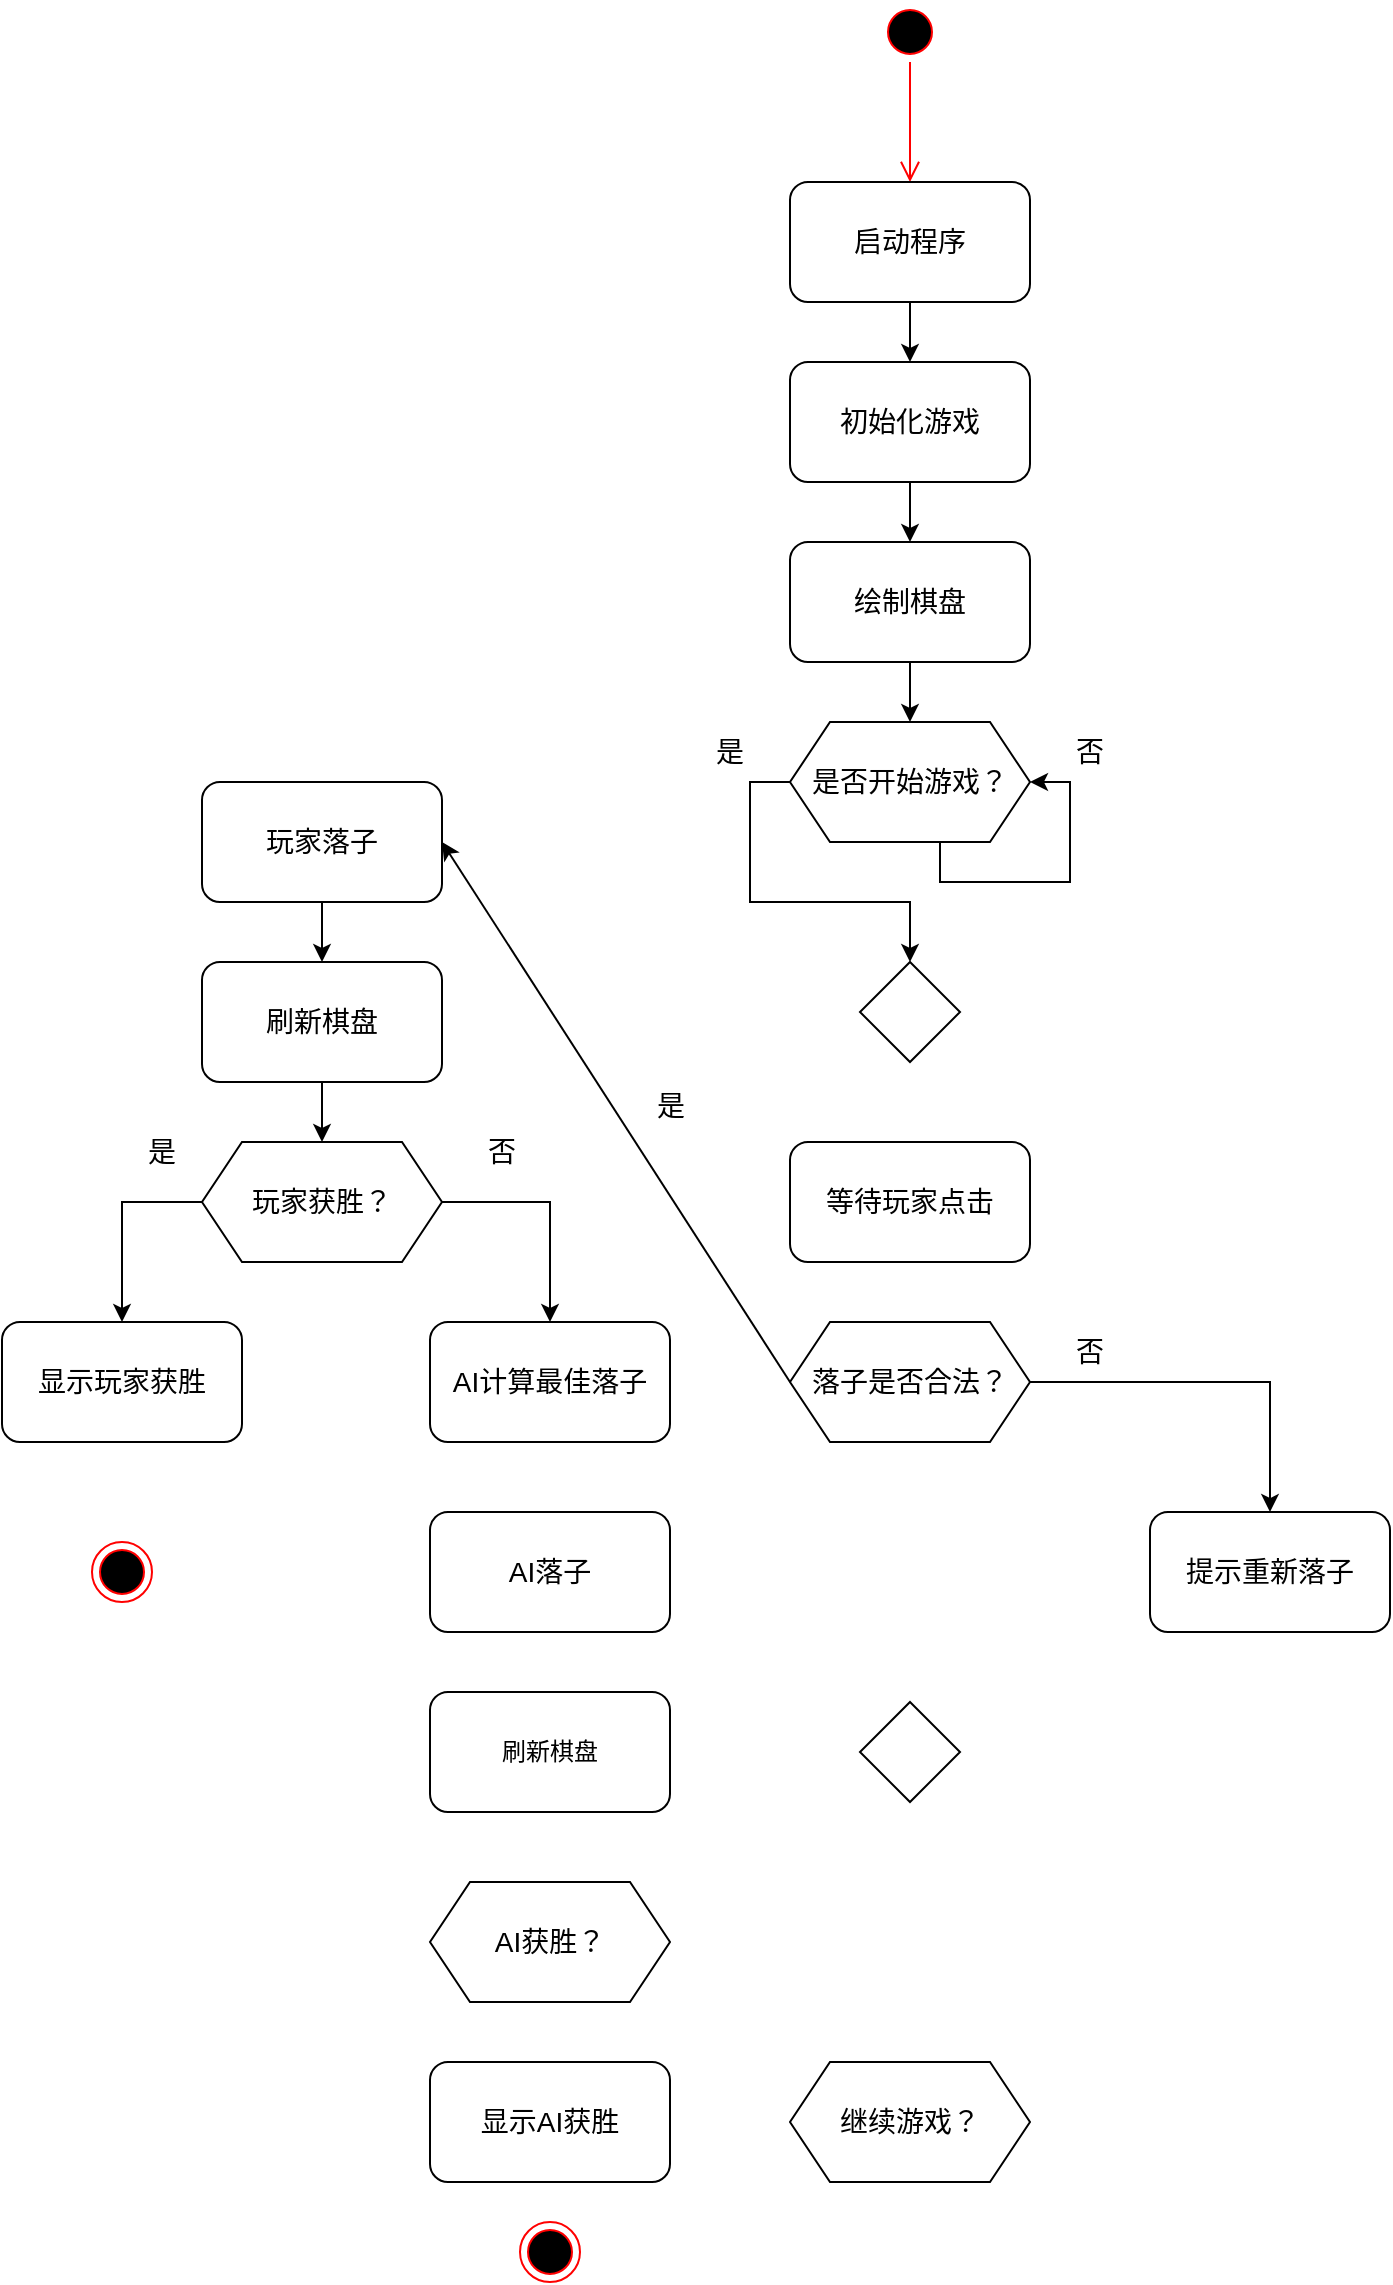
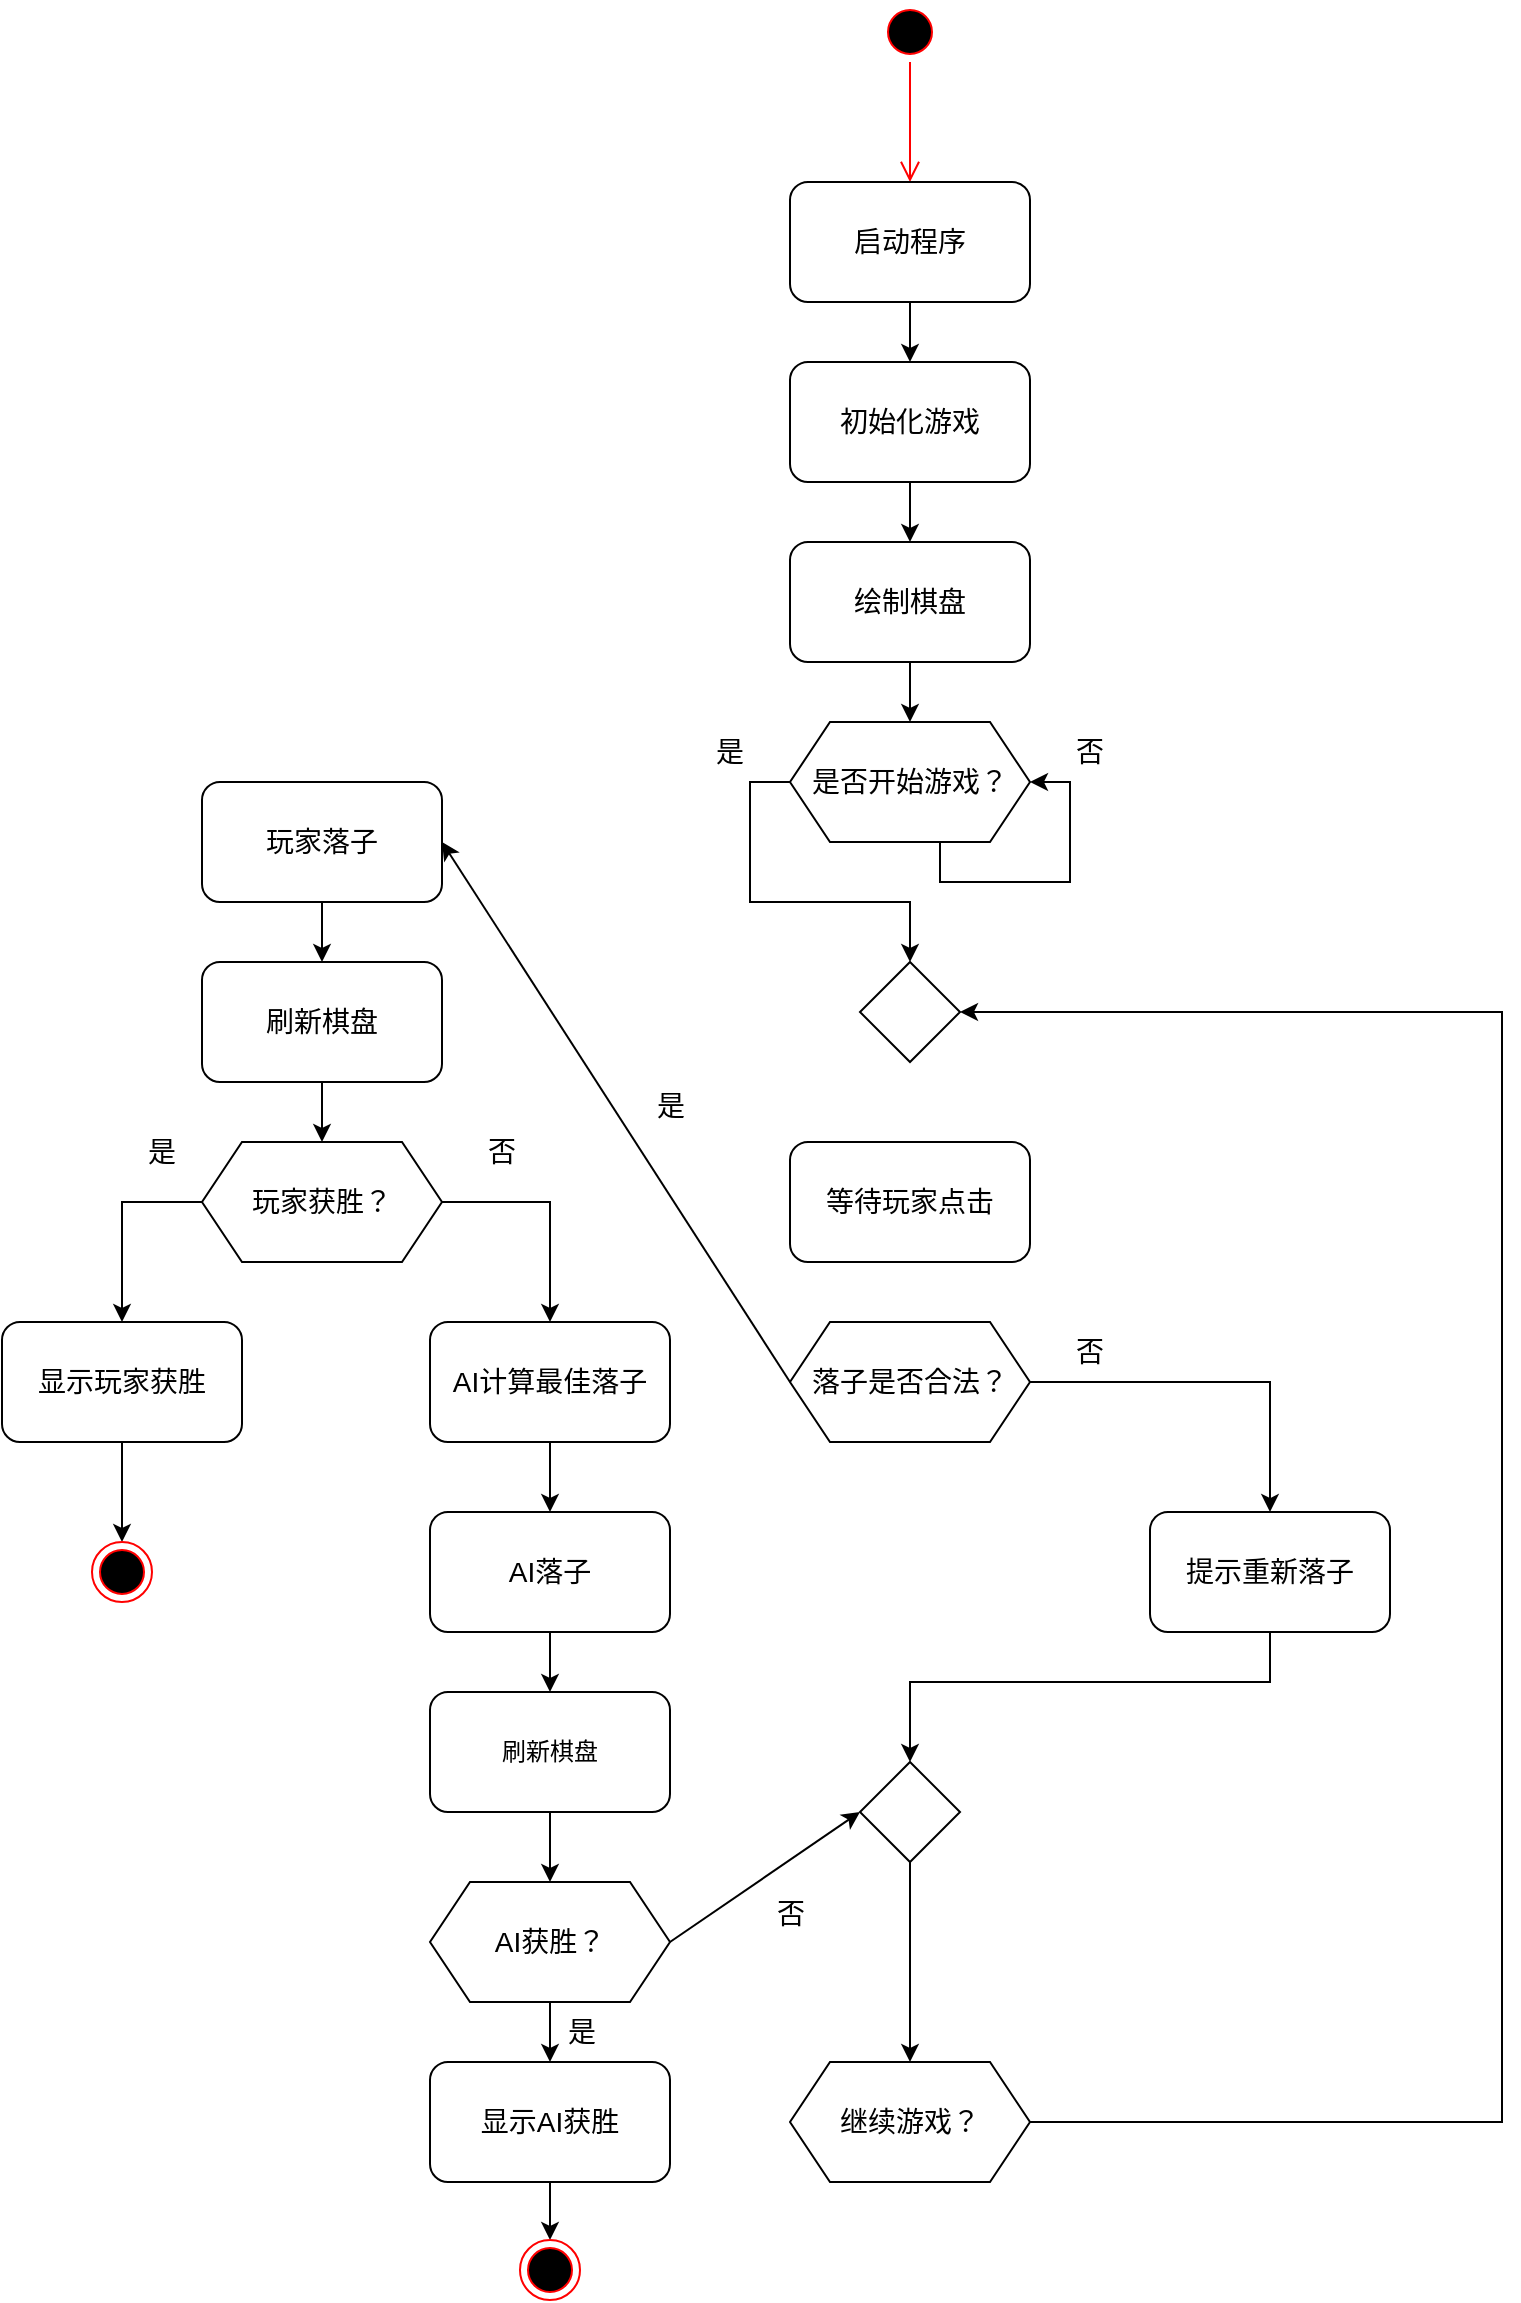
<mxfile host="app.diagrams.net">
  <diagram name="Page-1" id="nQLOdTiontIpWhaC8Gtr">
-     <mxGraphModel dx="1809" dy="1322" grid="1" gridSize="10" guides="1" tooltips="1" connect="1" arrows="1" fold="1" page="1" pageScale="1" pageWidth="827" pageHeight="1169" math="0" shadow="0">
+     <mxGraphModel dx="1568" dy="1145" grid="1" gridSize="10" guides="1" tooltips="1" connect="1" arrows="1" fold="1" page="1" pageScale="1" pageWidth="827" pageHeight="1169" math="0" shadow="0">
      <root>
        <mxCell id="0" />
        <mxCell id="1" parent="0" />
        <mxCell id="DP-BkAKwRPAdYNZihOL4-1" parent="1" style="ellipse;html=1;shape=startState;fillColor=#000000;strokeColor=#ff0000;" value="" vertex="1">
-           <mxGeometry height="30" width="30" x="449" y="20" as="geometry" />
+           <mxGeometry height="30" width="30" x="449" as="geometry" />
        </mxCell>
        <mxCell id="DP-BkAKwRPAdYNZihOL4-2" edge="1" parent="1" source="DP-BkAKwRPAdYNZihOL4-1" style="edgeStyle=orthogonalEdgeStyle;html=1;verticalAlign=bottom;endArrow=open;endSize=8;strokeColor=#ff0000;rounded=0;" value="">
          <mxGeometry relative="1" as="geometry">
-             <mxPoint x="464" y="110" as="targetPoint" />
+             <mxPoint x="464" y="90" as="targetPoint" />
          </mxGeometry>
        </mxCell>
        <mxCell id="DP-BkAKwRPAdYNZihOL4-26" edge="1" parent="1" source="DP-BkAKwRPAdYNZihOL4-3" style="edgeStyle=orthogonalEdgeStyle;rounded=0;orthogonalLoop=1;jettySize=auto;html=1;exitX=0.5;exitY=1;exitDx=0;exitDy=0;entryX=0.5;entryY=0;entryDx=0;entryDy=0;" target="DP-BkAKwRPAdYNZihOL4-4">
          <mxGeometry relative="1" as="geometry" />
        </mxCell>
        <mxCell id="DP-BkAKwRPAdYNZihOL4-3" parent="1" style="rounded=1;whiteSpace=wrap;html=1;" value="&lt;font style=&quot;font-size: 14px;&quot;&gt;启动程序&lt;/font&gt;" vertex="1">
-           <mxGeometry height="60" width="120" x="404" y="110" as="geometry" />
+           <mxGeometry height="60" width="120" x="404" y="90" as="geometry" />
        </mxCell>
        <mxCell id="DP-BkAKwRPAdYNZihOL4-27" edge="1" parent="1" source="DP-BkAKwRPAdYNZihOL4-4" style="edgeStyle=orthogonalEdgeStyle;rounded=0;orthogonalLoop=1;jettySize=auto;html=1;exitX=0.5;exitY=1;exitDx=0;exitDy=0;entryX=0.5;entryY=0;entryDx=0;entryDy=0;" target="DP-BkAKwRPAdYNZihOL4-5">
          <mxGeometry relative="1" as="geometry" />
        </mxCell>
        <mxCell id="DP-BkAKwRPAdYNZihOL4-4" parent="1" style="rounded=1;whiteSpace=wrap;html=1;" value="&lt;font style=&quot;font-size: 14px;&quot;&gt;初始化游戏&lt;/font&gt;" vertex="1">
-           <mxGeometry height="60" width="120" x="404" y="200" as="geometry" />
+           <mxGeometry height="60" width="120" x="404" y="180" as="geometry" />
        </mxCell>
        <mxCell id="DP-BkAKwRPAdYNZihOL4-28" edge="1" parent="1" source="DP-BkAKwRPAdYNZihOL4-5" style="edgeStyle=orthogonalEdgeStyle;rounded=0;orthogonalLoop=1;jettySize=auto;html=1;exitX=0.5;exitY=1;exitDx=0;exitDy=0;entryX=0.5;entryY=0;entryDx=0;entryDy=0;" target="DP-BkAKwRPAdYNZihOL4-6">
          <mxGeometry relative="1" as="geometry" />
        </mxCell>
        <mxCell id="DP-BkAKwRPAdYNZihOL4-5" parent="1" style="rounded=1;whiteSpace=wrap;html=1;" value="&lt;font style=&quot;font-size: 14px;&quot;&gt;绘制棋盘&lt;/font&gt;" vertex="1">
-           <mxGeometry height="60" width="120" x="404" y="290" as="geometry" />
+           <mxGeometry height="60" width="120" x="404" y="270" as="geometry" />
        </mxCell>
        <mxCell id="DP-BkAKwRPAdYNZihOL4-32" edge="1" parent="1" source="DP-BkAKwRPAdYNZihOL4-6" style="edgeStyle=orthogonalEdgeStyle;rounded=0;orthogonalLoop=1;jettySize=auto;html=1;exitX=0;exitY=0.5;exitDx=0;exitDy=0;entryX=0.5;entryY=0;entryDx=0;entryDy=0;" target="DP-BkAKwRPAdYNZihOL4-7">
          <mxGeometry relative="1" as="geometry" />
        </mxCell>
        <mxCell id="DP-BkAKwRPAdYNZihOL4-6" parent="1" style="shape=hexagon;perimeter=hexagonPerimeter2;whiteSpace=wrap;html=1;fixedSize=1;" value="&lt;font style=&quot;font-size: 14px;&quot;&gt;是否开始游戏？&lt;/font&gt;" vertex="1">
-           <mxGeometry height="60" width="120" x="404" y="380" as="geometry" />
+           <mxGeometry height="60" width="120" x="404" y="360" as="geometry" />
        </mxCell>
        <mxCell id="DP-BkAKwRPAdYNZihOL4-7" parent="1" style="rhombus;whiteSpace=wrap;html=1;" value="" vertex="1">
-           <mxGeometry height="50" width="50" x="439" y="500" as="geometry" />
+           <mxGeometry height="50" width="50" x="439" y="480" as="geometry" />
        </mxCell>
        <mxCell id="DP-BkAKwRPAdYNZihOL4-10" parent="1" style="rounded=1;whiteSpace=wrap;html=1;" value="&lt;font style=&quot;font-size: 14px;&quot;&gt;等待玩家点击&lt;/font&gt;" vertex="1">
-           <mxGeometry height="60" width="120" x="404" y="590" as="geometry" />
+           <mxGeometry height="60" width="120" x="404" y="570" as="geometry" />
        </mxCell>
        <mxCell id="DP-BkAKwRPAdYNZihOL4-39" edge="1" parent="1" source="DP-BkAKwRPAdYNZihOL4-11" style="rounded=0;orthogonalLoop=1;jettySize=auto;html=1;exitX=0;exitY=0.5;exitDx=0;exitDy=0;entryX=1;entryY=0.5;entryDx=0;entryDy=0;" target="DP-BkAKwRPAdYNZihOL4-12">
          <mxGeometry relative="1" as="geometry" />
        </mxCell>
        <mxCell id="DP-BkAKwRPAdYNZihOL4-40" connectable="0" parent="DP-BkAKwRPAdYNZihOL4-39" style="edgeLabel;html=1;align=center;verticalAlign=middle;resizable=0;points=[];" value="&lt;font style=&quot;font-size: 14px;&quot;&gt;是&lt;/font&gt;" vertex="1">
          <mxGeometry relative="1" x="0.0073" y="-4" as="geometry">
            <mxPoint x="24" as="offset" />
          </mxGeometry>
        </mxCell>
        <mxCell id="DP-BkAKwRPAdYNZihOL4-42" edge="1" parent="1" source="DP-BkAKwRPAdYNZihOL4-11" style="edgeStyle=orthogonalEdgeStyle;rounded=0;orthogonalLoop=1;jettySize=auto;html=1;exitX=1;exitY=0.5;exitDx=0;exitDy=0;entryX=0.5;entryY=0;entryDx=0;entryDy=0;" target="DP-BkAKwRPAdYNZihOL4-25">
          <mxGeometry relative="1" as="geometry" />
        </mxCell>
        <mxCell id="DP-BkAKwRPAdYNZihOL4-11" parent="1" style="shape=hexagon;perimeter=hexagonPerimeter2;whiteSpace=wrap;html=1;fixedSize=1;" value="&lt;font style=&quot;font-size: 14px;&quot;&gt;落子是否合法？&lt;/font&gt;" vertex="1">
-           <mxGeometry height="60" width="120" x="404" y="680" as="geometry" />
+           <mxGeometry height="60" width="120" x="404" y="660" as="geometry" />
        </mxCell>
        <mxCell id="DP-BkAKwRPAdYNZihOL4-44" edge="1" parent="1" source="DP-BkAKwRPAdYNZihOL4-12" style="edgeStyle=orthogonalEdgeStyle;rounded=0;orthogonalLoop=1;jettySize=auto;html=1;exitX=0.5;exitY=1;exitDx=0;exitDy=0;entryX=0.5;entryY=0;entryDx=0;entryDy=0;" target="DP-BkAKwRPAdYNZihOL4-13">
          <mxGeometry relative="1" as="geometry" />
        </mxCell>
        <mxCell id="DP-BkAKwRPAdYNZihOL4-12" parent="1" style="rounded=1;whiteSpace=wrap;html=1;" value="&lt;font style=&quot;font-size: 14px;&quot;&gt;玩家落子&lt;/font&gt;" vertex="1">
-           <mxGeometry height="60" width="120" x="110" y="410" as="geometry" />
+           <mxGeometry height="60" width="120" x="110" y="390" as="geometry" />
        </mxCell>
        <mxCell id="DP-BkAKwRPAdYNZihOL4-45" edge="1" parent="1" source="DP-BkAKwRPAdYNZihOL4-13" style="edgeStyle=orthogonalEdgeStyle;rounded=0;orthogonalLoop=1;jettySize=auto;html=1;exitX=0.5;exitY=1;exitDx=0;exitDy=0;entryX=0.5;entryY=0;entryDx=0;entryDy=0;" target="DP-BkAKwRPAdYNZihOL4-14">
          <mxGeometry relative="1" as="geometry" />
        </mxCell>
        <mxCell id="DP-BkAKwRPAdYNZihOL4-13" parent="1" style="rounded=1;whiteSpace=wrap;html=1;" value="&lt;font style=&quot;font-size: 14px;&quot;&gt;刷新棋盘&lt;/font&gt;" vertex="1">
-           <mxGeometry height="60" width="120" x="110" y="500" as="geometry" />
+           <mxGeometry height="60" width="120" x="110" y="480" as="geometry" />
        </mxCell>
        <mxCell id="DP-BkAKwRPAdYNZihOL4-47" edge="1" parent="1" source="DP-BkAKwRPAdYNZihOL4-14" style="edgeStyle=orthogonalEdgeStyle;rounded=0;orthogonalLoop=1;jettySize=auto;html=1;exitX=0;exitY=0.5;exitDx=0;exitDy=0;entryX=0.5;entryY=0;entryDx=0;entryDy=0;" target="DP-BkAKwRPAdYNZihOL4-15">
          <mxGeometry relative="1" as="geometry" />
        </mxCell>
        <mxCell id="DP-BkAKwRPAdYNZihOL4-48" edge="1" parent="1" source="DP-BkAKwRPAdYNZihOL4-14" style="edgeStyle=orthogonalEdgeStyle;rounded=0;orthogonalLoop=1;jettySize=auto;html=1;exitX=1;exitY=0.5;exitDx=0;exitDy=0;entryX=0.5;entryY=0;entryDx=0;entryDy=0;" target="DP-BkAKwRPAdYNZihOL4-16">
          <mxGeometry relative="1" as="geometry" />
        </mxCell>
        <mxCell id="DP-BkAKwRPAdYNZihOL4-14" parent="1" style="shape=hexagon;perimeter=hexagonPerimeter2;whiteSpace=wrap;html=1;fixedSize=1;" value="&lt;font style=&quot;font-size: 14px;&quot;&gt;玩家获胜？&lt;/font&gt;" vertex="1">
-           <mxGeometry height="60" width="120" x="110" y="590" as="geometry" />
+           <mxGeometry height="60" width="120" x="110" y="570" as="geometry" />
+         </mxCell>
+         <mxCell id="6MK7MVILfJrGILVxfE86-12" edge="1" parent="1" source="DP-BkAKwRPAdYNZihOL4-15" style="edgeStyle=orthogonalEdgeStyle;rounded=0;orthogonalLoop=1;jettySize=auto;html=1;exitX=0.5;exitY=1;exitDx=0;exitDy=0;entryX=0.5;entryY=0;entryDx=0;entryDy=0;" target="DP-BkAKwRPAdYNZihOL4-17">
+           <mxGeometry relative="1" as="geometry" />
        </mxCell>
        <mxCell id="DP-BkAKwRPAdYNZihOL4-15" parent="1" style="rounded=1;whiteSpace=wrap;html=1;" value="&lt;font style=&quot;font-size: 14px;&quot;&gt;显示玩家获胜&lt;/font&gt;" vertex="1">
-           <mxGeometry height="60" width="120" x="10" y="680" as="geometry" />
+           <mxGeometry height="60" width="120" x="10" y="660" as="geometry" />
+         </mxCell>
+         <mxCell id="6MK7MVILfJrGILVxfE86-1" edge="1" parent="1" source="DP-BkAKwRPAdYNZihOL4-16" style="edgeStyle=orthogonalEdgeStyle;rounded=0;orthogonalLoop=1;jettySize=auto;html=1;exitX=0.5;exitY=1;exitDx=0;exitDy=0;entryX=0.5;entryY=0;entryDx=0;entryDy=0;" target="DP-BkAKwRPAdYNZihOL4-18">
+           <mxGeometry relative="1" as="geometry" />
        </mxCell>
        <mxCell id="DP-BkAKwRPAdYNZihOL4-16" parent="1" style="rounded=1;whiteSpace=wrap;html=1;" value="&lt;font style=&quot;font-size: 14px;&quot;&gt;AI计算最佳落子&lt;/font&gt;" vertex="1">
-           <mxGeometry height="60" width="120" x="224" y="680" as="geometry" />
+           <mxGeometry height="60" width="120" x="224" y="660" as="geometry" />
        </mxCell>
        <mxCell id="DP-BkAKwRPAdYNZihOL4-17" parent="1" style="ellipse;html=1;shape=endState;fillColor=#000000;strokeColor=#ff0000;" value="" vertex="1">
-           <mxGeometry height="30" width="30" x="55" y="790" as="geometry" />
+           <mxGeometry height="30" width="30" x="55" y="770" as="geometry" />
+         </mxCell>
+         <mxCell id="6MK7MVILfJrGILVxfE86-2" edge="1" parent="1" source="DP-BkAKwRPAdYNZihOL4-18" style="edgeStyle=orthogonalEdgeStyle;rounded=0;orthogonalLoop=1;jettySize=auto;html=1;exitX=0.5;exitY=1;exitDx=0;exitDy=0;entryX=0.5;entryY=0;entryDx=0;entryDy=0;" target="DP-BkAKwRPAdYNZihOL4-19">
+           <mxGeometry relative="1" as="geometry" />
        </mxCell>
        <mxCell id="DP-BkAKwRPAdYNZihOL4-18" parent="1" style="rounded=1;whiteSpace=wrap;html=1;" value="&lt;font style=&quot;font-size: 14px;&quot;&gt;AI落子&lt;/font&gt;" vertex="1">
-           <mxGeometry height="60" width="120" x="224" y="775" as="geometry" />
+           <mxGeometry height="60" width="120" x="224" y="755" as="geometry" />
+         </mxCell>
+         <mxCell id="6MK7MVILfJrGILVxfE86-3" edge="1" parent="1" source="DP-BkAKwRPAdYNZihOL4-19" style="edgeStyle=orthogonalEdgeStyle;rounded=0;orthogonalLoop=1;jettySize=auto;html=1;exitX=0.5;exitY=1;exitDx=0;exitDy=0;entryX=0.5;entryY=0;entryDx=0;entryDy=0;" target="DP-BkAKwRPAdYNZihOL4-20">
+           <mxGeometry relative="1" as="geometry" />
        </mxCell>
        <mxCell id="DP-BkAKwRPAdYNZihOL4-19" parent="1" style="rounded=1;whiteSpace=wrap;html=1;" value="刷新棋盘" vertex="1">
-           <mxGeometry height="60" width="120" x="224" y="865" as="geometry" />
+           <mxGeometry height="60" width="120" x="224" y="845" as="geometry" />
+         </mxCell>
+         <mxCell id="6MK7MVILfJrGILVxfE86-4" edge="1" parent="1" source="DP-BkAKwRPAdYNZihOL4-20" style="edgeStyle=orthogonalEdgeStyle;rounded=0;orthogonalLoop=1;jettySize=auto;html=1;exitX=0.5;exitY=1;exitDx=0;exitDy=0;entryX=0.5;entryY=0;entryDx=0;entryDy=0;" target="DP-BkAKwRPAdYNZihOL4-21">
+           <mxGeometry relative="1" as="geometry" />
+         </mxCell>
+         <mxCell id="6MK7MVILfJrGILVxfE86-7" edge="1" parent="1" source="DP-BkAKwRPAdYNZihOL4-20" style="rounded=0;orthogonalLoop=1;jettySize=auto;html=1;exitX=1;exitY=0.5;exitDx=0;exitDy=0;entryX=0;entryY=0.5;entryDx=0;entryDy=0;" target="DP-BkAKwRPAdYNZihOL4-23">
+           <mxGeometry relative="1" as="geometry" />
+         </mxCell>
+         <mxCell id="6MK7MVILfJrGILVxfE86-8" connectable="0" parent="6MK7MVILfJrGILVxfE86-7" style="edgeLabel;html=1;align=center;verticalAlign=middle;resizable=0;points=[];" value="&lt;font style=&quot;font-size: 14px;&quot;&gt;否&lt;/font&gt;" vertex="1">
+           <mxGeometry relative="1" x="-0.0047" y="-5" as="geometry">
+             <mxPoint x="9" y="14" as="offset" />
+           </mxGeometry>
        </mxCell>
        <mxCell id="DP-BkAKwRPAdYNZihOL4-20" parent="1" style="shape=hexagon;perimeter=hexagonPerimeter2;whiteSpace=wrap;html=1;fixedSize=1;" value="&lt;font style=&quot;font-size: 14px;&quot;&gt;AI获胜？&lt;/font&gt;" vertex="1">
-           <mxGeometry height="60" width="120" x="224" y="960" as="geometry" />
+           <mxGeometry height="60" width="120" x="224" y="940" as="geometry" />
+         </mxCell>
+         <mxCell id="6MK7MVILfJrGILVxfE86-6" edge="1" parent="1" source="DP-BkAKwRPAdYNZihOL4-21" style="edgeStyle=orthogonalEdgeStyle;rounded=0;orthogonalLoop=1;jettySize=auto;html=1;exitX=0.5;exitY=1;exitDx=0;exitDy=0;entryX=0.5;entryY=0;entryDx=0;entryDy=0;" target="DP-BkAKwRPAdYNZihOL4-22">
+           <mxGeometry relative="1" as="geometry" />
        </mxCell>
        <mxCell id="DP-BkAKwRPAdYNZihOL4-21" parent="1" style="rounded=1;whiteSpace=wrap;html=1;" value="&lt;font style=&quot;font-size: 14px;&quot;&gt;显示AI获胜&lt;/font&gt;" vertex="1">
-           <mxGeometry height="60" width="120" x="224" y="1050" as="geometry" />
+           <mxGeometry height="60" width="120" x="224" y="1030" as="geometry" />
        </mxCell>
        <mxCell id="DP-BkAKwRPAdYNZihOL4-22" parent="1" style="ellipse;html=1;shape=endState;fillColor=#000000;strokeColor=#ff0000;" value="" vertex="1">
-           <mxGeometry height="30" width="30" x="269" y="1130" as="geometry" />
+           <mxGeometry height="30" width="30" x="269" y="1119" as="geometry" />
+         </mxCell>
+         <mxCell id="6MK7MVILfJrGILVxfE86-9" edge="1" parent="1" source="DP-BkAKwRPAdYNZihOL4-23" style="edgeStyle=orthogonalEdgeStyle;rounded=0;orthogonalLoop=1;jettySize=auto;html=1;exitX=0.5;exitY=1;exitDx=0;exitDy=0;entryX=0.5;entryY=0;entryDx=0;entryDy=0;" target="DP-BkAKwRPAdYNZihOL4-24">
+           <mxGeometry relative="1" as="geometry" />
        </mxCell>
        <mxCell id="DP-BkAKwRPAdYNZihOL4-23" parent="1" style="rhombus;whiteSpace=wrap;html=1;" value="" vertex="1">
-           <mxGeometry height="50" width="50" x="439" y="870" as="geometry" />
+           <mxGeometry height="50" width="50" x="439" y="880" as="geometry" />
+         </mxCell>
+         <mxCell id="6MK7MVILfJrGILVxfE86-11" edge="1" parent="1" source="DP-BkAKwRPAdYNZihOL4-24" style="edgeStyle=orthogonalEdgeStyle;rounded=0;orthogonalLoop=1;jettySize=auto;html=1;exitX=1;exitY=0.5;exitDx=0;exitDy=0;entryX=1;entryY=0.5;entryDx=0;entryDy=0;" target="DP-BkAKwRPAdYNZihOL4-7">
+           <mxGeometry relative="1" as="geometry">
+             <Array as="points">
+               <mxPoint x="760" y="1060" />
+               <mxPoint x="760" y="505" />
+             </Array>
+           </mxGeometry>
        </mxCell>
        <mxCell id="DP-BkAKwRPAdYNZihOL4-24" parent="1" style="shape=hexagon;perimeter=hexagonPerimeter2;whiteSpace=wrap;html=1;fixedSize=1;" value="&lt;font style=&quot;font-size: 14px;&quot;&gt;继续游戏？&lt;/font&gt;" vertex="1">
-           <mxGeometry height="60" width="120" x="404" y="1050" as="geometry" />
+           <mxGeometry height="60" width="120" x="404" y="1030" as="geometry" />
+         </mxCell>
+         <mxCell id="6MK7MVILfJrGILVxfE86-10" edge="1" parent="1" source="DP-BkAKwRPAdYNZihOL4-25" style="edgeStyle=orthogonalEdgeStyle;rounded=0;orthogonalLoop=1;jettySize=auto;html=1;exitX=0.5;exitY=1;exitDx=0;exitDy=0;entryX=0.5;entryY=0;entryDx=0;entryDy=0;" target="DP-BkAKwRPAdYNZihOL4-23">
+           <mxGeometry relative="1" as="geometry">
+             <Array as="points">
+               <mxPoint x="644" y="840" />
+               <mxPoint x="464" y="840" />
+             </Array>
+           </mxGeometry>
        </mxCell>
        <mxCell id="DP-BkAKwRPAdYNZihOL4-25" parent="1" style="rounded=1;whiteSpace=wrap;html=1;" value="&lt;font style=&quot;font-size: 14px;&quot;&gt;提示重新落子&lt;/font&gt;" vertex="1">
-           <mxGeometry height="60" width="120" x="584" y="775" as="geometry" />
+           <mxGeometry height="60" width="120" x="584" y="755" as="geometry" />
        </mxCell>
        <mxCell id="DP-BkAKwRPAdYNZihOL4-29" edge="1" parent="1" source="DP-BkAKwRPAdYNZihOL4-6" style="edgeStyle=orthogonalEdgeStyle;rounded=0;orthogonalLoop=1;jettySize=auto;html=1;exitX=0.625;exitY=1;exitDx=0;exitDy=0;entryX=1;entryY=0.5;entryDx=0;entryDy=0;" target="DP-BkAKwRPAdYNZihOL4-6">
          <mxGeometry relative="1" as="geometry" />
        </mxCell>
        <mxCell id="DP-BkAKwRPAdYNZihOL4-31" parent="1" style="text;html=1;whiteSpace=wrap;strokeColor=none;fillColor=none;align=center;verticalAlign=middle;rounded=0;" value="&lt;font style=&quot;font-size: 14px;&quot;&gt;否&lt;/font&gt;" vertex="1">
-           <mxGeometry height="30" width="60" x="524" y="380" as="geometry" />
+           <mxGeometry height="30" width="60" x="524" y="360" as="geometry" />
        </mxCell>
        <mxCell id="DP-BkAKwRPAdYNZihOL4-33" parent="1" style="text;html=1;whiteSpace=wrap;strokeColor=none;fillColor=none;align=center;verticalAlign=middle;rounded=0;" value="&lt;font style=&quot;font-size: 14px;&quot;&gt;是&lt;/font&gt;" vertex="1">
-           <mxGeometry height="30" width="60" x="344" y="380" as="geometry" />
+           <mxGeometry height="30" width="60" x="344" y="360" as="geometry" />
        </mxCell>
        <mxCell id="DP-BkAKwRPAdYNZihOL4-43" parent="1" style="text;html=1;whiteSpace=wrap;strokeColor=none;fillColor=none;align=center;verticalAlign=middle;rounded=0;" value="&lt;font style=&quot;font-size: 14px;&quot;&gt;否&lt;/font&gt;" vertex="1">
-           <mxGeometry height="30" width="60" x="524" y="680" as="geometry" />
+           <mxGeometry height="30" width="60" x="524" y="660" as="geometry" />
        </mxCell>
        <mxCell id="DP-BkAKwRPAdYNZihOL4-49" parent="1" style="text;html=1;whiteSpace=wrap;strokeColor=none;fillColor=none;align=center;verticalAlign=middle;rounded=0;" value="&lt;font style=&quot;font-size: 14px;&quot;&gt;是&lt;/font&gt;" vertex="1">
-           <mxGeometry height="30" width="60" x="60" y="580" as="geometry" />
+           <mxGeometry height="30" width="60" x="60" y="560" as="geometry" />
        </mxCell>
        <mxCell id="DP-BkAKwRPAdYNZihOL4-52" parent="1" style="text;html=1;whiteSpace=wrap;strokeColor=none;fillColor=none;align=center;verticalAlign=middle;rounded=0;" value="&lt;font style=&quot;font-size: 14px;&quot;&gt;否&lt;/font&gt;" vertex="1">
-           <mxGeometry height="30" width="60" x="230" y="580" as="geometry" />
+           <mxGeometry height="30" width="60" x="230" y="560" as="geometry" />
+         </mxCell>
+         <mxCell id="6MK7MVILfJrGILVxfE86-5" parent="1" style="text;html=1;whiteSpace=wrap;strokeColor=none;fillColor=none;align=center;verticalAlign=middle;rounded=0;" value="&lt;font style=&quot;font-size: 14px;&quot;&gt;是&lt;/font&gt;" vertex="1">
+           <mxGeometry height="30" width="60" x="270" y="1000" as="geometry" />
        </mxCell>
      </root>
    </mxGraphModel>
  </diagram>
</mxfile>
